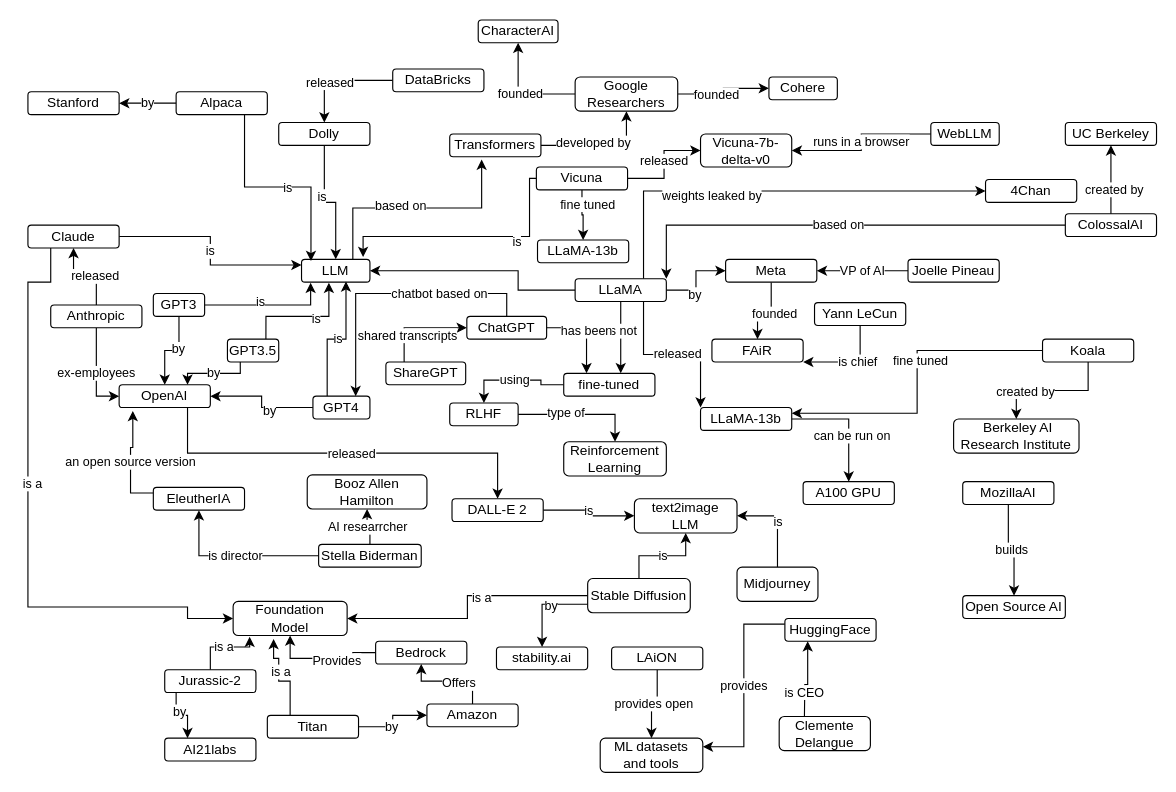
juananpe/generativeAI keeps this draw.io diagram as generativeAI.drawio. Above is the earlier version. Source tidied: cells renumbered, new cells numbered last; positions are measured from the earlier drawing's top-left corner, leaving out a move shared by most shapes. Both pictures are drawn from the tidied source at 114%, with x=0, y=0 at pixel (27, 19).
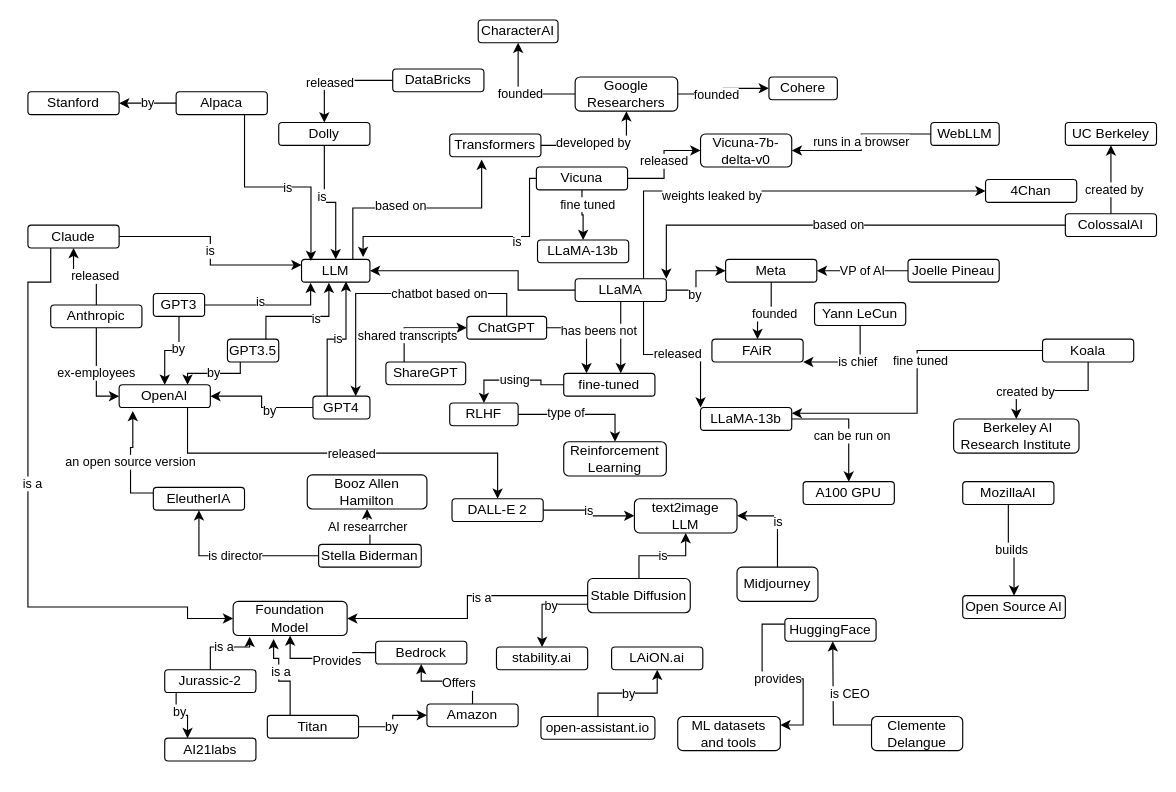
After the change.

Unchanged cells that the change refers to:
```xml
<mxCell id="94" value="HuggingFace" style="rounded=1;whiteSpace=wrap;html=1;" parent="1" vertex="1">
  <mxGeometry x="664" y="525" width="80" height="20" as="geometry" />
</mxCell>
```

The edit, as a diff of the source:
```diff
@@
-    <mxCell id="95" style="edgeStyle=orthogonalEdgeStyle;rounded=0;jettySize=auto;html=1;entryX=0.25;entryY=1;entryDx=0;entryDy=0;" parent="1" edge="1" target="94">
+    <mxCell id="95" style="edgeStyle=orthogonalEdgeStyle;rounded=0;jettySize=auto;html=1;entryX=0.25;entryY=1;entryDx=0;entryDy=0;exitX=0;exitY=0.25;exitDx=0;exitDy=0;" parent="1" edge="1" source="97">
       <mxGeometry relative="1" as="geometry">
-        <mxPoint x="681" y="621" as="sourcePoint" />
+        <mxPoint x="706" y="545" as="targetPoint" />
       </mxGeometry>
     </mxCell>
     <mxCell id="96" value="is CEO" style="edgeLabel;html=1;align=center;verticalAlign=middle;" parent="95" vertex="1">
-      <mxGeometry x="-0.2" y="1" relative="1" as="geometry" />
+      <mxGeometry x="-0.2" y="1" relative="1" as="geometry">
+        <mxPoint x="15" y="-19" as="offset" />
+      </mxGeometry>
     </mxCell>
     <mxCell id="97" value="Clemente&lt;br&gt;Delangue" style="rounded=1;whiteSpace=wrap;html=1;" parent="1" vertex="1">
-      <mxGeometry x="659" y="611" width="80" height="30" as="geometry" />
+      <mxGeometry x="740" y="611" width="80" height="30" as="geometry" />
     </mxCell>
-    <mxCell id="98" value="provides open" style="edgeStyle=orthogonalEdgeStyle;rounded=0;jettySize=auto;html=1;" parent="1" edge="1" source="99" target="102">
-      <mxGeometry relative="1" as="geometry" />
-    </mxCell>
+    <mxCell id="155" value="by" style="edgeStyle=orthogonalEdgeStyle;rounded=0;jettySize=auto;html=1;" parent="1" edge="1" source="156" target="99">
+      <mxGeometry relative="1" as="geometry" />
+    </mxCell>
-    <mxCell id="99" value="LAiON" style="rounded=1;whiteSpace=wrap;html=1;" parent="1" vertex="1">
+    <mxCell id="99" value="LAiON.ai" style="rounded=1;whiteSpace=wrap;html=1;" parent="1" vertex="1">
       <mxGeometry x="512" y="550" width="80" height="20" as="geometry" />
     </mxCell>
@@
     <mxCell id="102" value="ML datasets and tools" style="rounded=1;whiteSpace=wrap;html=1;" parent="1" vertex="1">
-      <mxGeometry x="502" y="630" width="90" height="30" as="geometry" />
+      <mxGeometry x="570" y="611" width="90" height="30" as="geometry" />
     </mxCell>
@@
+    <mxCell id="156" value="open-assistant.io" style="rounded=1;whiteSpace=wrap;html=1;" parent="1" vertex="1">
+      <mxGeometry x="450" y="611" width="100" height="20" as="geometry" />
+    </mxCell>
```
